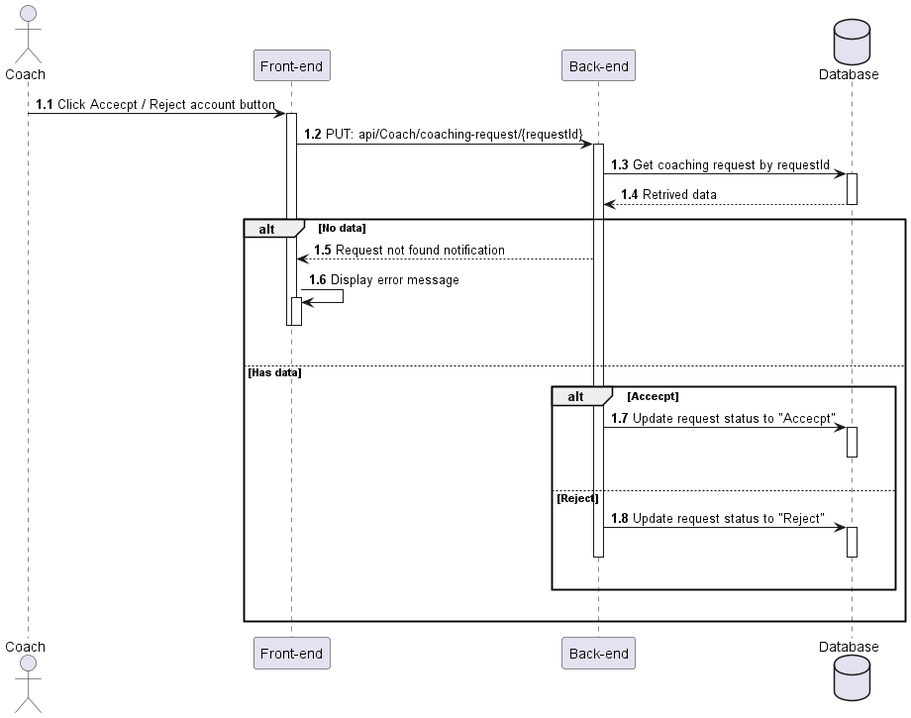
Earlier version of the PlantUML export out/Sequences_diagrams/AcceptRejectCoachingReq/AcceptRejectCoachingRequest.png (HTPhong-276/iCoaching-Diagrams).
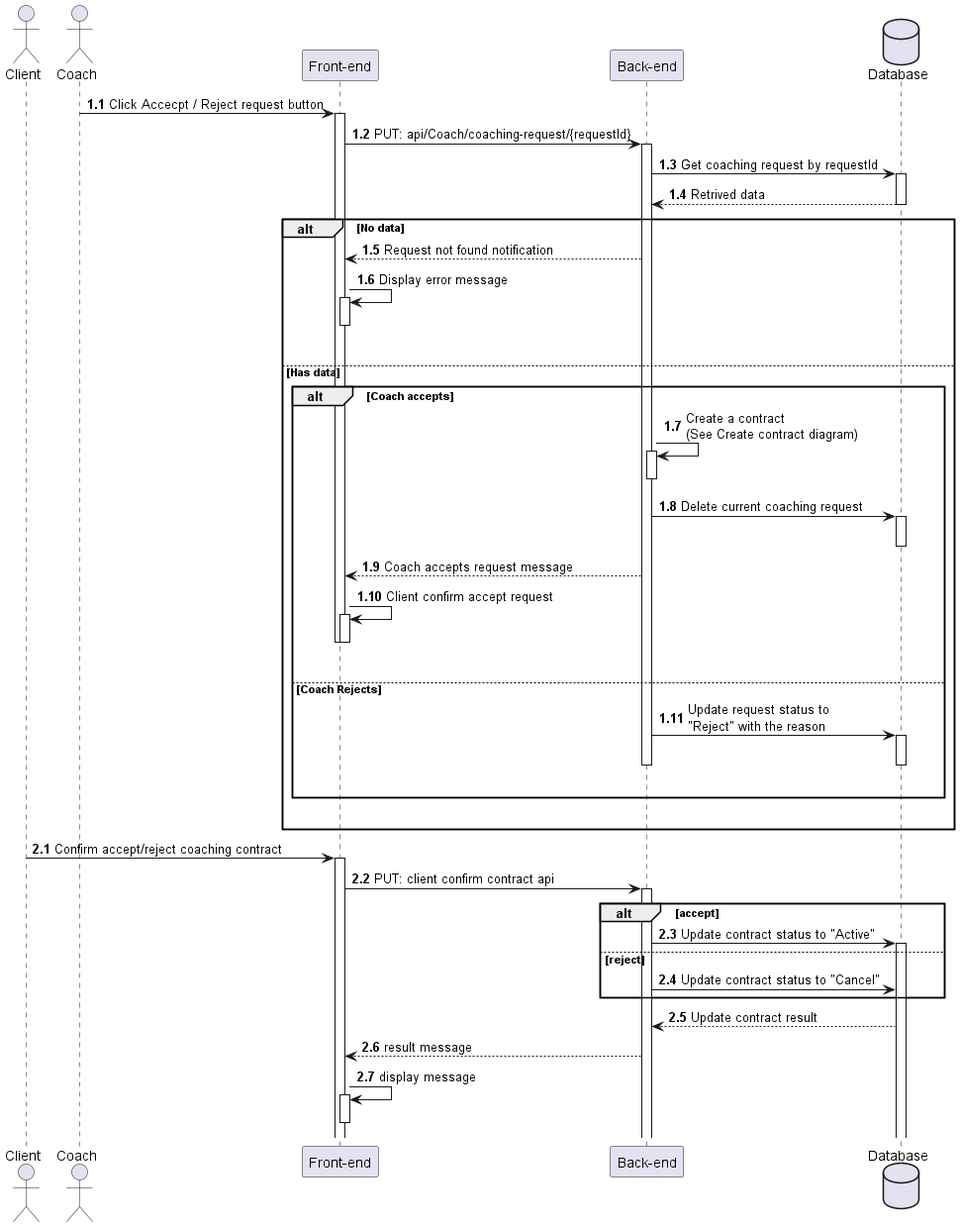
After the change.

What changed in the source:
```diff
@@ -1,14 +1,13 @@
 @startuml AcceptRejectCoachingRequest
-actor Coach as user
+actor Client as user
+actor Coach as coach
 participant "Front-end" as client
 participant "Back-end" as server
 database "Database" as db
 
 autonumber 1.1 "<b>0:"
 
-
-
-user -> client++ : Click Accecpt / Reject account button
+coach -> client++ : Click Accecpt / Reject request button
 
 client -> server++ : PUT: api/Coach/coaching-request/{requestId}
 server -> db++ : Get coaching request by requestId
@@ -19,19 +18,37 @@
     server --> client : Request not found notification
     client -> client++ : Display error message
     deactivate client
-    deactivate client
     |||
 else Has data
-    alt Accecpt
-        server -> db++ : Update request status to "Accecpt"
+    alt Coach accepts
+        server -> server++ : Create a contract\n(See Create contract diagram)
+        deactivate
+        server -> db++ : Delete current coaching request
         deactivate db
+        server --> client : Coach accepts request message
+        client -> client++ : Client confirm accept request
+        deactivate
+        deactivate client
         |||
-    else Reject
-        server -> db++ : Update request status to "Reject"
+    else Coach Rejects
+        server -> db++ : Update request status to \n"Reject" with the reason
         deactivate server
         deactivate db
         |||
     end
     |||
 end
+
+autonumber inc A
+user -> client++ : Confirm accept/reject coaching contract
+client -> server++ : PUT: client confirm contract api
+alt accept
+    server -> db++ : Update contract status to "Active"
+else reject
+    server -> db : Update contract status to "Cancel"
+end
+db --> server : Update contract result
+server --> client : result message
+client -> client++ : display message
+deactivate
 @enduml
```
